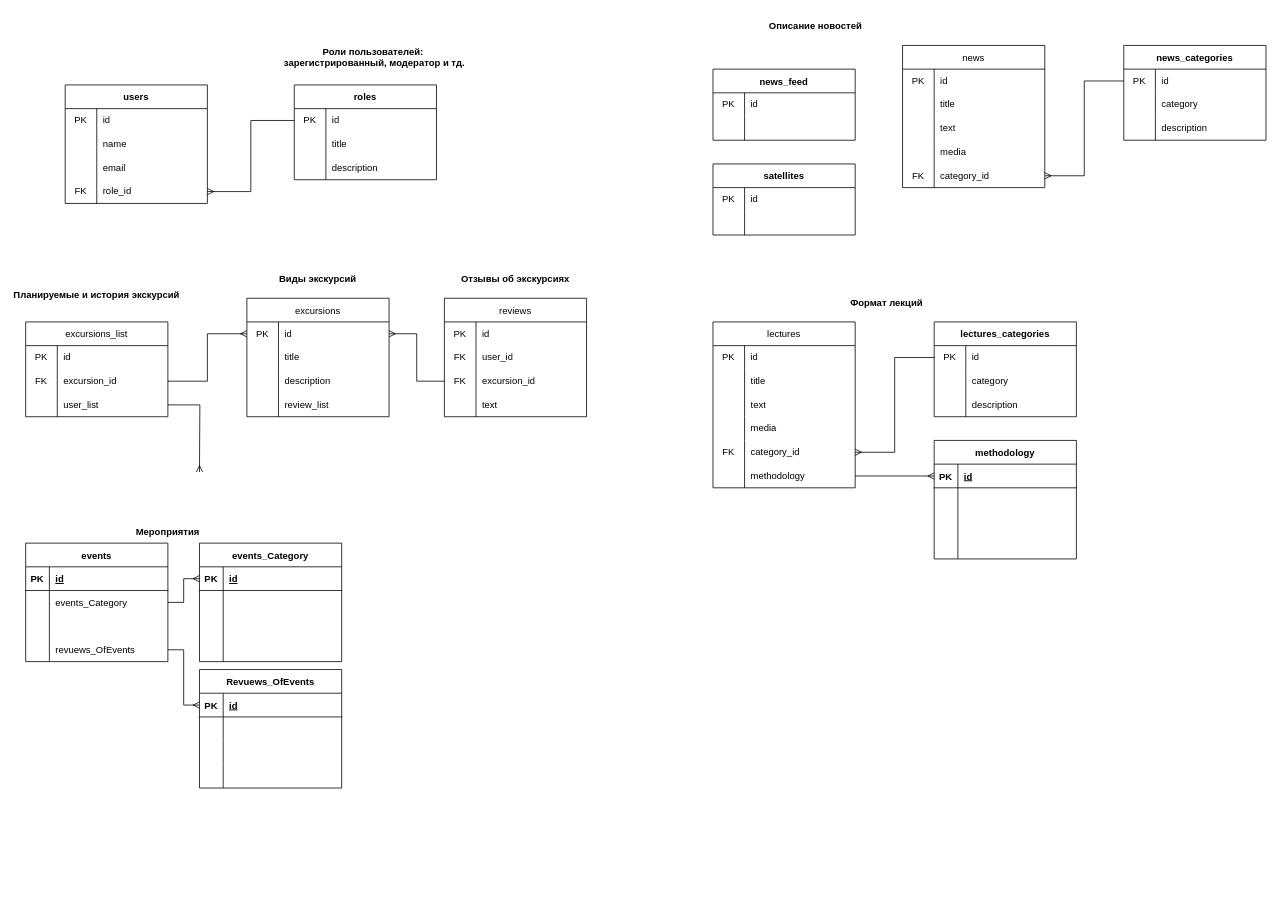
Before: tables.drawio in Drivesss/ReshUCube, a draw.io diagram. Source tidied: cells renumbered, new cells numbered last; positions are measured from the earlier drawing's top-left corner, leaving out a move shared by most shapes. Both pictures are drawn from the tidied source at 79%, with x=0, y=0 at pixel (25, 13).
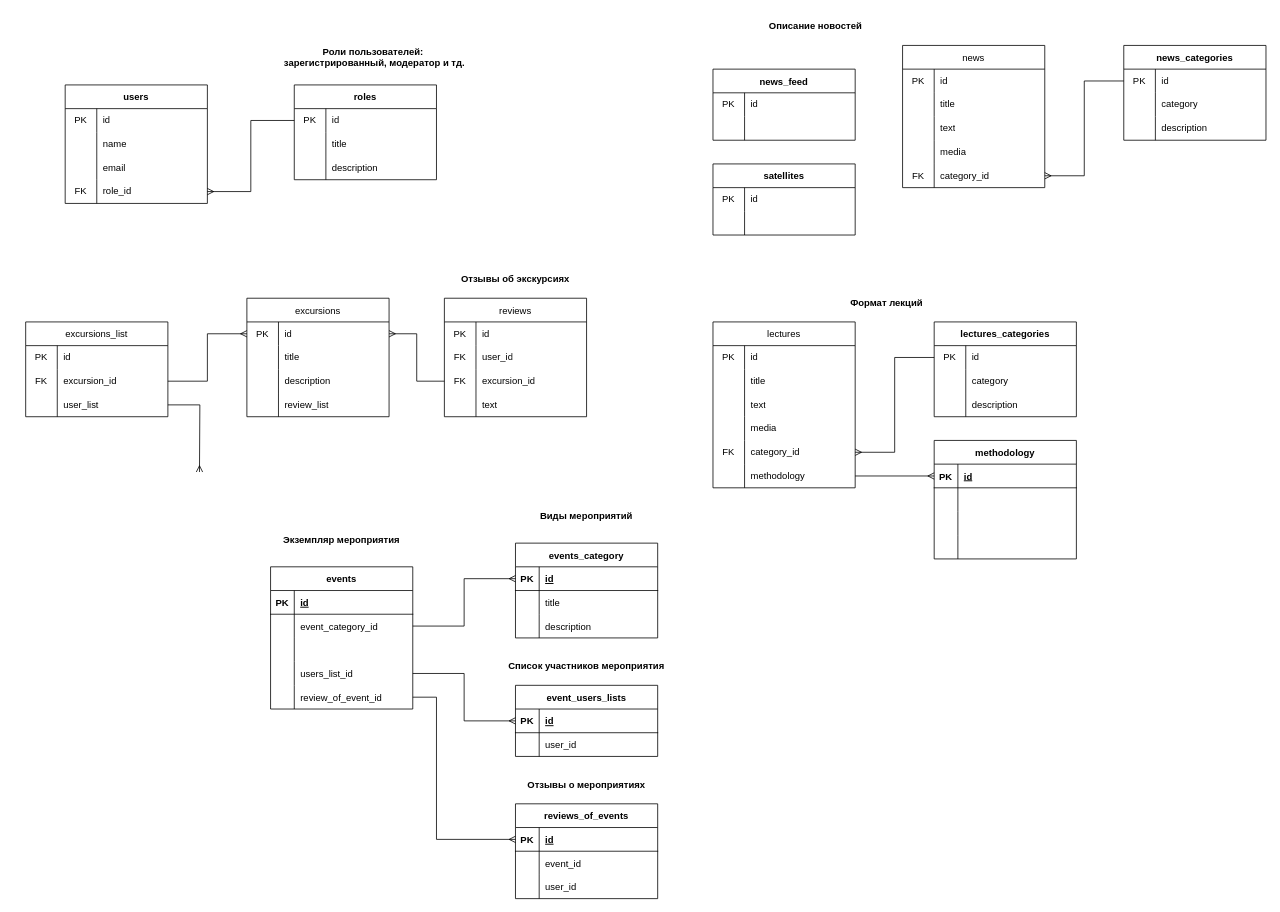
The same diagram, later.

Unchanged cells that the change refers to:
```xml
<mxCell id="144" style="shape=tableRow;horizontal=0;startSize=0;swimlaneHead=0;swimlaneBody=0;fillColor=none;points=[[0,0.5],[1,0.5]];portConstraint=eastwest;top=0;left=0;right=0;bottom=0;" parent="140" vertex="1">
  <mxGeometry y="60" width="180" height="30" as="geometry" />
</mxCell>
<mxCell id="157" style="shape=tableRow;horizontal=0;startSize=0;swimlaneHead=0;swimlaneBody=0;fillColor=none;top=0;left=0;right=0;bottom=0;" parent="153" vertex="1">
  <mxGeometry y="60" width="180" height="30" as="geometry" />
</mxCell>
<mxCell id="160" style="shape=tableRow;horizontal=0;startSize=0;swimlaneHead=0;swimlaneBody=0;fillColor=none;top=0;left=0;right=0;bottom=0;" parent="153" vertex="1">
  <mxGeometry y="90" width="180" height="30" as="geometry" />
</mxCell>
<mxCell id="167" style="shape=tableRow;horizontal=0;startSize=0;swimlaneHead=0;swimlaneBody=0;fillColor=none;points=[[0,0.5],[1,0.5]];portConstraint=eastwest;top=0;left=0;right=0;bottom=1;" parent="166" vertex="1">
  <mxGeometry y="30" width="180" height="30" as="geometry" />
</mxCell>
<mxCell id="170" style="shape=tableRow;horizontal=0;startSize=0;swimlaneHead=0;swimlaneBody=0;fillColor=none;top=0;left=0;right=0;bottom=0;" parent="166" vertex="1">
  <mxGeometry y="60" width="180" height="30" as="geometry" />
</mxCell>
<mxCell id="173" style="shape=tableRow;horizontal=0;startSize=0;swimlaneHead=0;swimlaneBody=0;fillColor=none;top=0;left=0;right=0;bottom=0;" parent="166" vertex="1">
  <mxGeometry y="90" width="180" height="30" as="geometry" />
</mxCell>
```

The edit, as a diff of the source:
```diff
@@
-    <mxCell id="93" value="Виды экскурсий" style="text;align=center;fontStyle=1;verticalAlign=middle;spacingLeft=3;spacingRight=3;strokeColor=none;" parent="1" vertex="1">
-      <mxGeometry x="300" y="320" width="140" height="30" as="geometry" />
+    <mxCell id="93" value="Виды мероприятий" style="text;align=center;fontStyle=1;verticalAlign=middle;spacingLeft=3;spacingRight=3;strokeColor=none;" parent="1" vertex="1">
+      <mxGeometry x="640" y="620" width="140" height="30" as="geometry" />
     </mxCell>
-    <mxCell id="94" value="Планируемые и история экскурсий" style="text;align=center;fontStyle=1;verticalAlign=middle;spacingLeft=3;spacingRight=3;strokeColor=none;" parent="1" vertex="1">
-      <mxGeometry x="20" y="340" width="140" height="30" as="geometry" />
-    </mxCell>
@@
     <mxCell id="140" value="events" style="shape=table;startSize=30;childLayout=tableLayout;rowLines=0;fontStyle=1;align=center;" parent="1" vertex="1">
-      <mxGeometry y="670" width="180" height="150" as="geometry" />
+      <mxGeometry x="310" y="700" width="180" height="180" as="geometry" />
     </mxCell>
@@
-    <mxCell id="146" value="events_Category" style="shape=partialRectangle;fillColor=none;top=0;left=0;bottom=0;right=0;align=left;spacingLeft=6;overflow=hidden;" parent="144" vertex="1">
+    <mxCell id="146" value="event_category_id" style="shape=partialRectangle;fillColor=none;top=0;left=0;bottom=0;right=0;align=left;spacingLeft=6;overflow=hidden;" parent="144" vertex="1">
       <mxGeometry x="30" width="150" height="30" as="geometry" />
     </mxCell>
+    <mxCell id="200" style="shape=tableRow;horizontal=0;startSize=0;swimlaneHead=0;swimlaneBody=0;fillColor=none;top=0;left=0;right=0;bottom=0;" parent="140" vertex="1">
+      <mxGeometry y="90" width="180" height="30" as="geometry" />
+    </mxCell>
+    <mxCell id="201" style="shape=partialRectangle;fillColor=none;top=0;left=0;bottom=0;right=0;overflow=hidden;" parent="200" vertex="1">
+      <mxGeometry width="30" height="30" as="geometry" />
+    </mxCell>
+    <mxCell id="202" style="shape=partialRectangle;fillColor=none;top=0;left=0;bottom=0;right=0;align=left;spacingLeft=6;overflow=hidden;" parent="200" vertex="1">
+      <mxGeometry x="30" width="150" height="30" as="geometry" />
+    </mxCell>
     <mxCell id="147" style="shape=tableRow;horizontal=0;startSize=0;swimlaneHead=0;swimlaneBody=0;fillColor=none;points=[[0,0.5],[1,0.5]];portConstraint=eastwest;top=0;left=0;right=0;bottom=0;" parent="140" vertex="1">
-      <mxGeometry y="90" width="180" height="30" as="geometry" />
+      <mxGeometry y="120" width="180" height="30" as="geometry" />
     </mxCell>
@@
-    <mxCell id="149" style="shape=partialRectangle;fillColor=none;top=0;left=0;bottom=0;right=0;align=left;spacingLeft=6;overflow=hidden;" parent="147" vertex="1">
+    <mxCell id="149" value="users_list_id" style="shape=partialRectangle;fillColor=none;top=0;left=0;bottom=0;right=0;align=left;spacingLeft=6;overflow=hidden;" parent="147" vertex="1">
       <mxGeometry x="30" width="150" height="30" as="geometry" />
     </mxCell>
     <mxCell id="150" style="shape=tableRow;horizontal=0;startSize=0;swimlaneHead=0;swimlaneBody=0;fillColor=none;points=[[0,0.5],[1,0.5]];portConstraint=eastwest;top=0;left=0;right=0;bottom=0;" parent="140" vertex="1">
-      <mxGeometry y="120" width="180" height="30" as="geometry" />
+      <mxGeometry y="150" width="180" height="30" as="geometry" />
     </mxCell>
@@
-    <mxCell id="152" value="revuews_OfEvents" style="shape=partialRectangle;fillColor=none;top=0;left=0;bottom=0;right=0;align=left;spacingLeft=6;overflow=hidden;" parent="150" vertex="1">
+    <mxCell id="152" value="review_of_event_id" style="shape=partialRectangle;fillColor=none;top=0;left=0;bottom=0;right=0;align=left;spacingLeft=6;overflow=hidden;" parent="150" vertex="1">
       <mxGeometry x="30" width="150" height="30" as="geometry" />
     </mxCell>
-    <mxCell id="153" value="events_Category" style="shape=table;startSize=30;childLayout=tableLayout;rowLines=0;fontStyle=1;align=center;" parent="1" vertex="1">
-      <mxGeometry x="220" y="670" width="180" height="150" as="geometry" />
+    <mxCell id="153" value="events_сategory" style="shape=table;startSize=30;childLayout=tableLayout;rowLines=0;fontStyle=1;align=center;" parent="1" vertex="1">
+      <mxGeometry x="620" y="670" width="180" height="120" as="geometry" />
     </mxCell>
@@
-    <mxCell id="159" style="shape=partialRectangle;fillColor=none;top=0;left=0;bottom=0;right=0;align=left;spacingLeft=6;overflow=hidden;" parent="157" vertex="1">
+    <mxCell id="159" value="title" style="shape=partialRectangle;fillColor=none;top=0;left=0;bottom=0;right=0;align=left;spacingLeft=6;overflow=hidden;" parent="157" vertex="1">
       <mxGeometry x="30" width="150" height="30" as="geometry" />
     </mxCell>
@@
-    <mxCell id="162" style="shape=partialRectangle;fillColor=none;top=0;left=0;bottom=0;right=0;align=left;spacingLeft=6;overflow=hidden;" parent="160" vertex="1">
+    <mxCell id="162" value="description" style="shape=partialRectangle;fillColor=none;top=0;left=0;bottom=0;right=0;align=left;spacingLeft=6;overflow=hidden;" parent="160" vertex="1">
       <mxGeometry x="30" width="150" height="30" as="geometry" />
     </mxCell>
-    <mxCell id="163" style="shape=tableRow;horizontal=0;startSize=0;swimlaneHead=0;swimlaneBody=0;fillColor=none;top=0;left=0;right=0;bottom=0;" parent="153" vertex="1">
-      <mxGeometry y="120" width="180" height="30" as="geometry" />
-    </mxCell>
-    <mxCell id="164" style="shape=partialRectangle;fillColor=none;top=0;left=0;bottom=0;right=0;overflow=hidden;" parent="163" vertex="1">
-      <mxGeometry width="30" height="30" as="geometry" />
-    </mxCell>
-    <mxCell id="165" style="shape=partialRectangle;fillColor=none;top=0;left=0;bottom=0;right=0;align=left;spacingLeft=6;overflow=hidden;" parent="163" vertex="1">
-      <mxGeometry x="30" width="150" height="30" as="geometry" />
-    </mxCell>
-    <mxCell id="166" value="Revuews_OfEvents" style="shape=table;startSize=30;childLayout=tableLayout;rowLines=0;fontStyle=1;align=center;" parent="1" vertex="1">
-      <mxGeometry x="220" y="830" width="180" height="150" as="geometry" />
+    <mxCell id="166" value="reviews_of_events" style="shape=table;startSize=30;childLayout=tableLayout;rowLines=0;fontStyle=1;align=center;" parent="1" vertex="1">
+      <mxGeometry x="620" y="1000" width="180" height="120" as="geometry" />
     </mxCell>
@@
-    <mxCell id="172" style="shape=partialRectangle;fillColor=none;top=0;left=0;bottom=0;right=0;align=left;spacingLeft=6;overflow=hidden;" parent="170" vertex="1">
+    <mxCell id="172" value="event_id" style="shape=partialRectangle;fillColor=none;top=0;left=0;bottom=0;right=0;align=left;spacingLeft=6;overflow=hidden;" parent="170" vertex="1">
       <mxGeometry x="30" width="150" height="30" as="geometry" />
     </mxCell>
@@
-    <mxCell id="175" style="shape=partialRectangle;fillColor=none;top=0;left=0;bottom=0;right=0;align=left;spacingLeft=6;overflow=hidden;" parent="173" vertex="1">
+    <mxCell id="175" value="user_id" style="shape=partialRectangle;fillColor=none;top=0;left=0;bottom=0;right=0;align=left;spacingLeft=6;overflow=hidden;" parent="173" vertex="1">
       <mxGeometry x="30" width="150" height="30" as="geometry" />
     </mxCell>
-    <mxCell id="176" style="shape=tableRow;horizontal=0;startSize=0;swimlaneHead=0;swimlaneBody=0;fillColor=none;top=0;left=0;right=0;bottom=0;" parent="166" vertex="1">
-      <mxGeometry y="120" width="180" height="30" as="geometry" />
-    </mxCell>
-    <mxCell id="177" style="shape=partialRectangle;fillColor=none;top=0;left=0;bottom=0;right=0;overflow=hidden;" parent="176" vertex="1">
-      <mxGeometry width="30" height="30" as="geometry" />
-    </mxCell>
-    <mxCell id="178" style="shape=partialRectangle;fillColor=none;top=0;left=0;bottom=0;right=0;align=left;spacingLeft=6;overflow=hidden;" parent="176" vertex="1">
-      <mxGeometry x="30" width="150" height="30" as="geometry" />
-    </mxCell>
@@
     <mxCell id="180" style="edgeStyle=orthogonalEdgeStyle;rounded=0;jettySize=auto;html=1;exitX=1;exitY=0.5;exitDx=0;exitDy=0;entryX=0;entryY=0.5;entryDx=0;entryDy=0;endArrow=ERmany;endFill=0;" parent="1" edge="1" source="150" target="167">
-      <mxGeometry relative="1" as="geometry" />
+      <mxGeometry relative="1" as="geometry">
+        <Array as="points">
+          <mxPoint x="520" y="865" />
+          <mxPoint x="520" y="1045" />
+        </Array>
+      </mxGeometry>
     </mxCell>
-    <mxCell id="181" value="Мероприятия" style="text;align=center;fontStyle=1;verticalAlign=middle;spacingLeft=3;spacingRight=3;strokeColor=none;" parent="1" vertex="1">
-      <mxGeometry x="110" y="640" width="140" height="30" as="geometry" />
+    <mxCell id="181" value="Экземпляр мероприятия" style="text;align=center;fontStyle=1;verticalAlign=middle;spacingLeft=3;spacingRight=3;strokeColor=none;" parent="1" vertex="1">
+      <mxGeometry x="330" y="650" width="140" height="30" as="geometry" />
     </mxCell>
@@
+    <mxCell id="203" value="Отзывы о мероприятиях" style="text;align=center;fontStyle=1;verticalAlign=middle;spacingLeft=3;spacingRight=3;strokeColor=none;" parent="1" vertex="1">
+      <mxGeometry x="640" y="960" width="140" height="30" as="geometry" />
+    </mxCell>
+    <mxCell id="204" style="edgeStyle=orthogonalEdgeStyle;rounded=0;jettySize=auto;html=1;endArrow=ERmany;endFill=0;" parent="1" edge="1" source="147" target="206">
+      <mxGeometry relative="1" as="geometry" />
+    </mxCell>
+    <mxCell id="205" value="event_users_lists" style="shape=table;startSize=30;childLayout=tableLayout;rowLines=0;fontStyle=1;align=center;" parent="1" vertex="1">
+      <mxGeometry x="620" y="850" width="180" height="90" as="geometry" />
+    </mxCell>
+    <mxCell id="206" style="shape=tableRow;horizontal=0;startSize=0;swimlaneHead=0;swimlaneBody=0;fillColor=none;points=[[0,0.5],[1,0.5]];portConstraint=eastwest;top=0;left=0;right=0;bottom=1;" parent="205" vertex="1">
+      <mxGeometry y="30" width="180" height="30" as="geometry" />
+    </mxCell>
+    <mxCell id="207" value="PK" style="shape=partialRectangle;fillColor=none;top=0;left=0;bottom=0;right=0;fontStyle=1;overflow=hidden;" parent="206" vertex="1">
+      <mxGeometry width="30" height="30" as="geometry" />
+    </mxCell>
+    <mxCell id="208" value="id" style="shape=partialRectangle;fillColor=none;top=0;left=0;bottom=0;right=0;align=left;spacingLeft=6;fontStyle=5;overflow=hidden;" parent="206" vertex="1">
+      <mxGeometry x="30" width="150" height="30" as="geometry" />
+    </mxCell>
+    <mxCell id="209" style="shape=tableRow;horizontal=0;startSize=0;swimlaneHead=0;swimlaneBody=0;fillColor=none;top=0;left=0;right=0;bottom=0;" parent="205" vertex="1">
+      <mxGeometry y="60" width="180" height="30" as="geometry" />
+    </mxCell>
+    <mxCell id="210" style="shape=partialRectangle;fillColor=none;top=0;left=0;bottom=0;right=0;overflow=hidden;" parent="209" vertex="1">
+      <mxGeometry width="30" height="30" as="geometry" />
+    </mxCell>
+    <mxCell id="211" value="user_id" style="shape=partialRectangle;fillColor=none;top=0;left=0;bottom=0;right=0;align=left;spacingLeft=6;overflow=hidden;" parent="209" vertex="1">
+      <mxGeometry x="30" width="150" height="30" as="geometry" />
+    </mxCell>
+    <mxCell id="212" value="Список участников мероприятия" style="text;align=center;fontStyle=1;verticalAlign=middle;spacingLeft=3;spacingRight=3;strokeColor=none;" parent="1" vertex="1">
+      <mxGeometry x="640" y="810" width="140" height="30" as="geometry" />
+    </mxCell>
```
